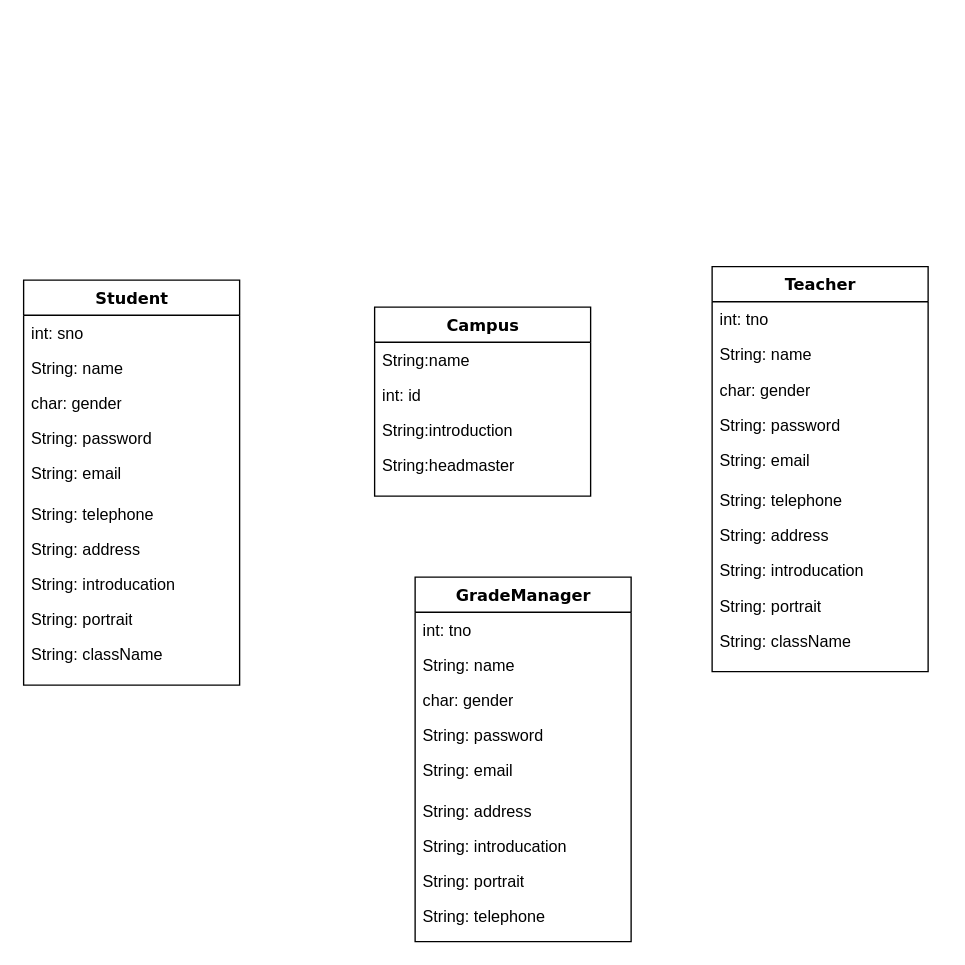
Above: 数据流图.drawio in msskx/Diagrams (draw.io), before the change. Source tidied: cells renumbered, new cells numbered last; positions are measured from the earlier drawing's top-left corner, leaving out a move shared by most shapes. Both pictures are drawn from the tidied source at 135%, with x=0, y=0 at pixel (23, 266).
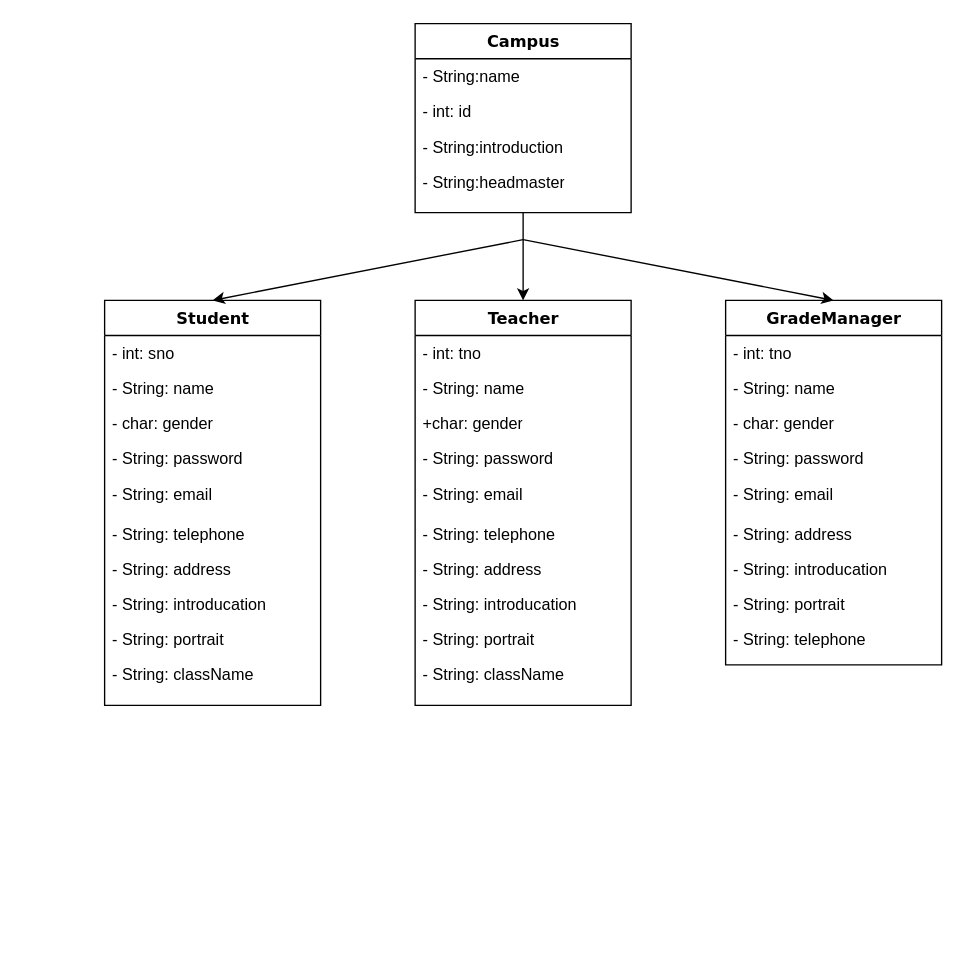
The same diagram, later.

Change to the diagram source:
```diff
@@
     <mxCell id="2" value="Student" style="swimlane;html=1;fontStyle=1;align=center;verticalAlign=top;horizontal=1;startSize=26;swimlaneFillColor=#ffffff;rounded=0;shadow=0;comic=0;labelBackgroundColor=none;strokeWidth=1;fillColor=none;fontFamily=Verdana;fontSize=12;" parent="1" vertex="1">
-      <mxGeometry y="10" width="160" height="300" as="geometry" />
+      <mxGeometry x="60" y="25" width="160" height="300" as="geometry" />
     </mxCell>
-    <mxCell id="3" value="int: sno" style="text;html=1;strokeColor=none;fillColor=none;align=left;verticalAlign=top;spacingLeft=4;spacingRight=4;whiteSpace=wrap;overflow=hidden;" parent="2" vertex="1">
+    <mxCell id="3" value="- int: sno" style="text;html=1;strokeColor=none;fillColor=none;align=left;verticalAlign=top;spacingLeft=4;spacingRight=4;whiteSpace=wrap;overflow=hidden;" parent="2" vertex="1">
       <mxGeometry y="26" width="160" height="26" as="geometry" />
     </mxCell>
-    <mxCell id="4" value="String: name" style="text;html=1;strokeColor=none;fillColor=none;align=left;verticalAlign=top;spacingLeft=4;spacingRight=4;whiteSpace=wrap;overflow=hidden;" parent="2" vertex="1">
+    <mxCell id="4" value="- String: name" style="text;html=1;strokeColor=none;fillColor=none;align=left;verticalAlign=top;spacingLeft=4;spacingRight=4;whiteSpace=wrap;overflow=hidden;" parent="2" vertex="1">
       <mxGeometry y="52" width="160" height="26" as="geometry" />
     </mxCell>
-    <mxCell id="5" value="char: gender" style="text;html=1;strokeColor=none;fillColor=none;align=left;verticalAlign=top;spacingLeft=4;spacingRight=4;whiteSpace=wrap;overflow=hidden;" parent="2" vertex="1">
+    <mxCell id="5" value="- char: gender" style="text;html=1;strokeColor=none;fillColor=none;align=left;verticalAlign=top;spacingLeft=4;spacingRight=4;whiteSpace=wrap;overflow=hidden;" parent="2" vertex="1">
       <mxGeometry y="78" width="160" height="26" as="geometry" />
     </mxCell>
-    <mxCell id="6" value="String: password" style="text;html=1;strokeColor=none;fillColor=none;align=left;verticalAlign=top;spacingLeft=4;spacingRight=4;whiteSpace=wrap;overflow=hidden;" parent="2" vertex="1">
+    <mxCell id="6" value="- String: password" style="text;html=1;strokeColor=none;fillColor=none;align=left;verticalAlign=top;spacingLeft=4;spacingRight=4;whiteSpace=wrap;overflow=hidden;" parent="2" vertex="1">
       <mxGeometry y="104" width="160" height="26" as="geometry" />
     </mxCell>
-    <mxCell id="7" value="String: email" style="text;html=1;strokeColor=none;fillColor=none;align=left;verticalAlign=top;spacingLeft=4;spacingRight=4;whiteSpace=wrap;overflow=hidden;" parent="2" vertex="1">
+    <mxCell id="7" value="- String: email" style="text;html=1;strokeColor=none;fillColor=none;align=left;verticalAlign=top;spacingLeft=4;spacingRight=4;whiteSpace=wrap;overflow=hidden;" parent="2" vertex="1">
       <mxGeometry y="130" width="160" height="30" as="geometry" />
     </mxCell>
-    <mxCell id="8" value="String: telephone" style="text;html=1;strokeColor=none;fillColor=none;align=left;verticalAlign=top;spacingLeft=4;spacingRight=4;whiteSpace=wrap;overflow=hidden;" parent="2" vertex="1">
+    <mxCell id="8" value="- String: telephone" style="text;html=1;strokeColor=none;fillColor=none;align=left;verticalAlign=top;spacingLeft=4;spacingRight=4;whiteSpace=wrap;overflow=hidden;" parent="2" vertex="1">
       <mxGeometry y="160" width="160" height="26" as="geometry" />
     </mxCell>
-    <mxCell id="9" value="String: address" style="text;html=1;strokeColor=none;fillColor=none;align=left;verticalAlign=top;spacingLeft=4;spacingRight=4;whiteSpace=wrap;overflow=hidden;" parent="2" vertex="1">
+    <mxCell id="9" value="- String: address" style="text;html=1;strokeColor=none;fillColor=none;align=left;verticalAlign=top;spacingLeft=4;spacingRight=4;whiteSpace=wrap;overflow=hidden;" parent="2" vertex="1">
       <mxGeometry y="186" width="160" height="26" as="geometry" />
     </mxCell>
-    <mxCell id="10" value="String: introducation" style="text;html=1;strokeColor=none;fillColor=none;align=left;verticalAlign=top;spacingLeft=4;spacingRight=4;whiteSpace=wrap;overflow=hidden;" parent="2" vertex="1">
+    <mxCell id="10" value="- String: introducation" style="text;html=1;strokeColor=none;fillColor=none;align=left;verticalAlign=top;spacingLeft=4;spacingRight=4;whiteSpace=wrap;overflow=hidden;" parent="2" vertex="1">
       <mxGeometry y="212" width="160" height="26" as="geometry" />
     </mxCell>
-    <mxCell id="11" value="String: portrait" style="text;html=1;strokeColor=none;fillColor=none;align=left;verticalAlign=top;spacingLeft=4;spacingRight=4;whiteSpace=wrap;overflow=hidden;" parent="2" vertex="1">
+    <mxCell id="11" value="- String: portrait" style="text;html=1;strokeColor=none;fillColor=none;align=left;verticalAlign=top;spacingLeft=4;spacingRight=4;whiteSpace=wrap;overflow=hidden;" parent="2" vertex="1">
       <mxGeometry y="238" width="160" height="26" as="geometry" />
     </mxCell>
-    <mxCell id="12" value="String: className" style="text;html=1;strokeColor=none;fillColor=none;align=left;verticalAlign=top;spacingLeft=4;spacingRight=4;whiteSpace=wrap;overflow=hidden;" parent="2" vertex="1">
+    <mxCell id="12" value="- String: className" style="text;html=1;strokeColor=none;fillColor=none;align=left;verticalAlign=top;spacingLeft=4;spacingRight=4;whiteSpace=wrap;overflow=hidden;" parent="2" vertex="1">
       <mxGeometry y="264" width="160" height="26" as="geometry" />
     </mxCell>
     <mxCell id="13" value="GradeManager" style="swimlane;html=1;fontStyle=1;align=center;verticalAlign=top;horizontal=1;startSize=26;swimlaneFillColor=#ffffff;rounded=0;shadow=0;comic=0;labelBackgroundColor=none;strokeWidth=1;fillColor=none;fontFamily=Verdana;fontSize=12;" parent="1" vertex="1">
-      <mxGeometry x="290" y="230" width="160" height="270" as="geometry" />
+      <mxGeometry x="520" y="25" width="160" height="270" as="geometry" />
     </mxCell>
-    <mxCell id="14" value="int: tno" style="text;html=1;strokeColor=none;fillColor=none;align=left;verticalAlign=top;spacingLeft=4;spacingRight=4;whiteSpace=wrap;overflow=hidden;" parent="13" vertex="1">
+    <mxCell id="14" value="- int: tno" style="text;html=1;strokeColor=none;fillColor=none;align=left;verticalAlign=top;spacingLeft=4;spacingRight=4;whiteSpace=wrap;overflow=hidden;" parent="13" vertex="1">
       <mxGeometry y="26" width="160" height="26" as="geometry" />
     </mxCell>
-    <mxCell id="15" value="String: name" style="text;html=1;strokeColor=none;fillColor=none;align=left;verticalAlign=top;spacingLeft=4;spacingRight=4;whiteSpace=wrap;overflow=hidden;" parent="13" vertex="1">
+    <mxCell id="15" value="- String: name" style="text;html=1;strokeColor=none;fillColor=none;align=left;verticalAlign=top;spacingLeft=4;spacingRight=4;whiteSpace=wrap;overflow=hidden;" parent="13" vertex="1">
       <mxGeometry y="52" width="160" height="26" as="geometry" />
     </mxCell>
-    <mxCell id="16" value="char: gender" style="text;html=1;strokeColor=none;fillColor=none;align=left;verticalAlign=top;spacingLeft=4;spacingRight=4;whiteSpace=wrap;overflow=hidden;" parent="13" vertex="1">
+    <mxCell id="16" value="- char: gender" style="text;html=1;strokeColor=none;fillColor=none;align=left;verticalAlign=top;spacingLeft=4;spacingRight=4;whiteSpace=wrap;overflow=hidden;" parent="13" vertex="1">
       <mxGeometry y="78" width="160" height="26" as="geometry" />
     </mxCell>
-    <mxCell id="17" value="String: password" style="text;html=1;strokeColor=none;fillColor=none;align=left;verticalAlign=top;spacingLeft=4;spacingRight=4;whiteSpace=wrap;overflow=hidden;" parent="13" vertex="1">
+    <mxCell id="17" value="- String: password" style="text;html=1;strokeColor=none;fillColor=none;align=left;verticalAlign=top;spacingLeft=4;spacingRight=4;whiteSpace=wrap;overflow=hidden;" parent="13" vertex="1">
       <mxGeometry y="104" width="160" height="26" as="geometry" />
     </mxCell>
-    <mxCell id="18" value="String: email" style="text;html=1;strokeColor=none;fillColor=none;align=left;verticalAlign=top;spacingLeft=4;spacingRight=4;whiteSpace=wrap;overflow=hidden;" parent="13" vertex="1">
+    <mxCell id="18" value="- String: email" style="text;html=1;strokeColor=none;fillColor=none;align=left;verticalAlign=top;spacingLeft=4;spacingRight=4;whiteSpace=wrap;overflow=hidden;" parent="13" vertex="1">
       <mxGeometry y="130" width="160" height="30" as="geometry" />
     </mxCell>
-    <mxCell id="19" value="String: address" style="text;html=1;strokeColor=none;fillColor=none;align=left;verticalAlign=top;spacingLeft=4;spacingRight=4;whiteSpace=wrap;overflow=hidden;" parent="13" vertex="1">
+    <mxCell id="19" value="- String: address" style="text;html=1;strokeColor=none;fillColor=none;align=left;verticalAlign=top;spacingLeft=4;spacingRight=4;whiteSpace=wrap;overflow=hidden;" parent="13" vertex="1">
       <mxGeometry y="160" width="160" height="26" as="geometry" />
     </mxCell>
-    <mxCell id="20" value="String: introducation" style="text;html=1;strokeColor=none;fillColor=none;align=left;verticalAlign=top;spacingLeft=4;spacingRight=4;whiteSpace=wrap;overflow=hidden;" parent="13" vertex="1">
+    <mxCell id="20" value="- String: introducation" style="text;html=1;strokeColor=none;fillColor=none;align=left;verticalAlign=top;spacingLeft=4;spacingRight=4;whiteSpace=wrap;overflow=hidden;" parent="13" vertex="1">
       <mxGeometry y="186" width="160" height="26" as="geometry" />
     </mxCell>
-    <mxCell id="21" value="String: portrait" style="text;html=1;strokeColor=none;fillColor=none;align=left;verticalAlign=top;spacingLeft=4;spacingRight=4;whiteSpace=wrap;overflow=hidden;" parent="13" vertex="1">
+    <mxCell id="21" value="- String: portrait" style="text;html=1;strokeColor=none;fillColor=none;align=left;verticalAlign=top;spacingLeft=4;spacingRight=4;whiteSpace=wrap;overflow=hidden;" parent="13" vertex="1">
       <mxGeometry y="212" width="160" height="26" as="geometry" />
     </mxCell>
-    <mxCell id="22" value="String: telephone" style="text;html=1;strokeColor=none;fillColor=none;align=left;verticalAlign=top;spacingLeft=4;spacingRight=4;whiteSpace=wrap;overflow=hidden;" parent="13" vertex="1">
+    <mxCell id="22" value="- String: telephone" style="text;html=1;strokeColor=none;fillColor=none;align=left;verticalAlign=top;spacingLeft=4;spacingRight=4;whiteSpace=wrap;overflow=hidden;" parent="13" vertex="1">
       <mxGeometry y="238" width="160" height="28" as="geometry" />
     </mxCell>
     <mxCell id="23" value="Campus" style="swimlane;html=1;fontStyle=1;align=center;verticalAlign=top;horizontal=1;startSize=26;swimlaneFillColor=#ffffff;rounded=0;shadow=0;comic=0;labelBackgroundColor=none;strokeWidth=1;fillColor=none;fontFamily=Verdana;fontSize=12;" parent="1" vertex="1">
-      <mxGeometry x="260" y="30" width="160" height="140" as="geometry" />
+      <mxGeometry x="290" y="-180" width="160" height="140" as="geometry" />
     </mxCell>
-    <mxCell id="24" value="String:name" style="text;html=1;strokeColor=none;fillColor=none;align=left;verticalAlign=top;spacingLeft=4;spacingRight=4;whiteSpace=wrap;overflow=hidden;" parent="23" vertex="1">
+    <mxCell id="24" value="- String:name" style="text;html=1;strokeColor=none;fillColor=none;align=left;verticalAlign=top;spacingLeft=4;spacingRight=4;whiteSpace=wrap;overflow=hidden;" parent="23" vertex="1">
       <mxGeometry y="26" width="160" height="26" as="geometry" />
     </mxCell>
-    <mxCell id="25" value="int: id" style="text;html=1;strokeColor=none;fillColor=none;align=left;verticalAlign=top;spacingLeft=4;spacingRight=4;whiteSpace=wrap;overflow=hidden;" parent="23" vertex="1">
+    <mxCell id="25" value="- int: id" style="text;html=1;strokeColor=none;fillColor=none;align=left;verticalAlign=top;spacingLeft=4;spacingRight=4;whiteSpace=wrap;overflow=hidden;" parent="23" vertex="1">
       <mxGeometry y="52" width="160" height="26" as="geometry" />
     </mxCell>
-    <mxCell id="26" value="String:introduction" style="text;html=1;strokeColor=none;fillColor=none;align=left;verticalAlign=top;spacingLeft=4;spacingRight=4;whiteSpace=wrap;overflow=hidden;" parent="23" vertex="1">
+    <mxCell id="26" value="- String:introduction" style="text;html=1;strokeColor=none;fillColor=none;align=left;verticalAlign=top;spacingLeft=4;spacingRight=4;whiteSpace=wrap;overflow=hidden;" parent="23" vertex="1">
       <mxGeometry y="78" width="160" height="26" as="geometry" />
     </mxCell>
-    <mxCell id="27" value="String:headmaster" style="text;html=1;strokeColor=none;fillColor=none;align=left;verticalAlign=top;spacingLeft=4;spacingRight=4;whiteSpace=wrap;overflow=hidden;" parent="23" vertex="1">
+    <mxCell id="27" value="- String:headmaster" style="text;html=1;strokeColor=none;fillColor=none;align=left;verticalAlign=top;spacingLeft=4;spacingRight=4;whiteSpace=wrap;overflow=hidden;" parent="23" vertex="1">
       <mxGeometry y="104" width="160" height="26" as="geometry" />
     </mxCell>
     <mxCell id="28" value="Teacher" style="swimlane;html=1;fontStyle=1;align=center;verticalAlign=top;horizontal=1;startSize=26;swimlaneFillColor=#ffffff;rounded=0;shadow=0;comic=0;labelBackgroundColor=none;strokeWidth=1;fillColor=none;fontFamily=Verdana;fontSize=12;" parent="1" vertex="1">
-      <mxGeometry x="510" width="160" height="300" as="geometry" />
+      <mxGeometry x="290" y="25" width="160" height="300" as="geometry" />
     </mxCell>
-    <mxCell id="29" value="int: tno" style="text;html=1;strokeColor=none;fillColor=none;align=left;verticalAlign=top;spacingLeft=4;spacingRight=4;whiteSpace=wrap;overflow=hidden;" parent="28" vertex="1">
+    <mxCell id="29" value="- int: tno" style="text;html=1;strokeColor=none;fillColor=none;align=left;verticalAlign=top;spacingLeft=4;spacingRight=4;whiteSpace=wrap;overflow=hidden;" parent="28" vertex="1">
       <mxGeometry y="26" width="160" height="26" as="geometry" />
     </mxCell>
-    <mxCell id="30" value="String: name" style="text;html=1;strokeColor=none;fillColor=none;align=left;verticalAlign=top;spacingLeft=4;spacingRight=4;whiteSpace=wrap;overflow=hidden;" parent="28" vertex="1">
+    <mxCell id="30" value="- String: name" style="text;html=1;strokeColor=none;fillColor=none;align=left;verticalAlign=top;spacingLeft=4;spacingRight=4;whiteSpace=wrap;overflow=hidden;" parent="28" vertex="1">
       <mxGeometry y="52" width="160" height="26" as="geometry" />
     </mxCell>
-    <mxCell id="31" value="char: gender" style="text;html=1;strokeColor=none;fillColor=none;align=left;verticalAlign=top;spacingLeft=4;spacingRight=4;whiteSpace=wrap;overflow=hidden;" parent="28" vertex="1">
+    <mxCell id="31" value="+char: gender" style="text;html=1;strokeColor=none;fillColor=none;align=left;verticalAlign=top;spacingLeft=4;spacingRight=4;whiteSpace=wrap;overflow=hidden;" parent="28" vertex="1">
       <mxGeometry y="78" width="160" height="26" as="geometry" />
     </mxCell>
-    <mxCell id="32" value="String: password" style="text;html=1;strokeColor=none;fillColor=none;align=left;verticalAlign=top;spacingLeft=4;spacingRight=4;whiteSpace=wrap;overflow=hidden;" parent="28" vertex="1">
+    <mxCell id="32" value="- String: password" style="text;html=1;strokeColor=none;fillColor=none;align=left;verticalAlign=top;spacingLeft=4;spacingRight=4;whiteSpace=wrap;overflow=hidden;" parent="28" vertex="1">
       <mxGeometry y="104" width="160" height="26" as="geometry" />
     </mxCell>
-    <mxCell id="33" value="String: email" style="text;html=1;strokeColor=none;fillColor=none;align=left;verticalAlign=top;spacingLeft=4;spacingRight=4;whiteSpace=wrap;overflow=hidden;" parent="28" vertex="1">
+    <mxCell id="33" value="- String: email" style="text;html=1;strokeColor=none;fillColor=none;align=left;verticalAlign=top;spacingLeft=4;spacingRight=4;whiteSpace=wrap;overflow=hidden;" parent="28" vertex="1">
       <mxGeometry y="130" width="160" height="30" as="geometry" />
     </mxCell>
-    <mxCell id="34" value="String: telephone" style="text;html=1;strokeColor=none;fillColor=none;align=left;verticalAlign=top;spacingLeft=4;spacingRight=4;whiteSpace=wrap;overflow=hidden;" parent="28" vertex="1">
+    <mxCell id="34" value="- String: telephone" style="text;html=1;strokeColor=none;fillColor=none;align=left;verticalAlign=top;spacingLeft=4;spacingRight=4;whiteSpace=wrap;overflow=hidden;" parent="28" vertex="1">
       <mxGeometry y="160" width="160" height="26" as="geometry" />
     </mxCell>
-    <mxCell id="35" value="String: address" style="text;html=1;strokeColor=none;fillColor=none;align=left;verticalAlign=top;spacingLeft=4;spacingRight=4;whiteSpace=wrap;overflow=hidden;" parent="28" vertex="1">
+    <mxCell id="35" value="- String: address" style="text;html=1;strokeColor=none;fillColor=none;align=left;verticalAlign=top;spacingLeft=4;spacingRight=4;whiteSpace=wrap;overflow=hidden;" parent="28" vertex="1">
       <mxGeometry y="186" width="160" height="26" as="geometry" />
     </mxCell>
-    <mxCell id="36" value="String: introducation" style="text;html=1;strokeColor=none;fillColor=none;align=left;verticalAlign=top;spacingLeft=4;spacingRight=4;whiteSpace=wrap;overflow=hidden;" parent="28" vertex="1">
+    <mxCell id="36" value="- String: introducation" style="text;html=1;strokeColor=none;fillColor=none;align=left;verticalAlign=top;spacingLeft=4;spacingRight=4;whiteSpace=wrap;overflow=hidden;" parent="28" vertex="1">
       <mxGeometry y="212" width="160" height="26" as="geometry" />
     </mxCell>
-    <mxCell id="37" value="String: portrait" style="text;html=1;strokeColor=none;fillColor=none;align=left;verticalAlign=top;spacingLeft=4;spacingRight=4;whiteSpace=wrap;overflow=hidden;" parent="28" vertex="1">
+    <mxCell id="37" value="- String: portrait" style="text;html=1;strokeColor=none;fillColor=none;align=left;verticalAlign=top;spacingLeft=4;spacingRight=4;whiteSpace=wrap;overflow=hidden;" parent="28" vertex="1">
       <mxGeometry y="238" width="160" height="26" as="geometry" />
     </mxCell>
-    <mxCell id="38" value="String: className" style="text;html=1;strokeColor=none;fillColor=none;align=left;verticalAlign=top;spacingLeft=4;spacingRight=4;whiteSpace=wrap;overflow=hidden;" parent="28" vertex="1">
+    <mxCell id="38" value="- String: className" style="text;html=1;strokeColor=none;fillColor=none;align=left;verticalAlign=top;spacingLeft=4;spacingRight=4;whiteSpace=wrap;overflow=hidden;" parent="28" vertex="1">
       <mxGeometry y="264" width="160" height="26" as="geometry" />
     </mxCell>
+    <mxCell id="39" style="endArrow=classic;html=1;rounded=0;fontSize=12;entryX=0.5;entryY=0;entryDx=0;entryDy=0;exitX=0.5;exitY=1;exitDx=0;exitDy=0;" parent="1" edge="1" source="23" target="28">
+      <mxGeometry relative="1" as="geometry" />
+    </mxCell>
+    <mxCell id="40" style="endArrow=classic;html=1;rounded=0;fontSize=12;entryX=0.5;entryY=0;entryDx=0;entryDy=0;" parent="1" edge="1" target="2">
+      <mxGeometry relative="1" as="geometry">
+        <mxPoint x="370" y="-20" as="sourcePoint" />
+      </mxGeometry>
+    </mxCell>
+    <mxCell id="41" style="endArrow=classic;html=1;rounded=0;fontSize=12;entryX=0.5;entryY=0;entryDx=0;entryDy=0;" parent="1" edge="1" target="13">
+      <mxGeometry relative="1" as="geometry">
+        <mxPoint x="370" y="-20" as="sourcePoint" />
+      </mxGeometry>
+    </mxCell>
```
